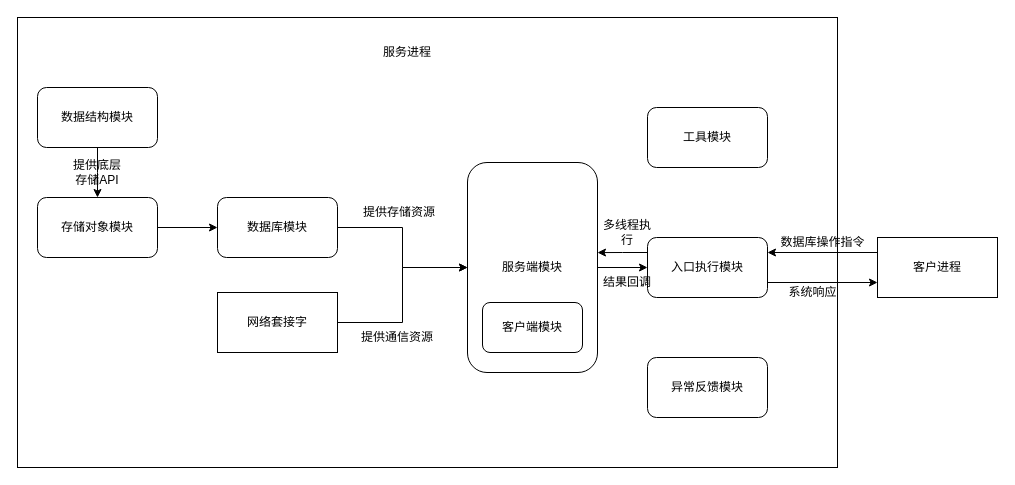
Earlier version of the draw.io diagram diagram-net/毕业设计架构图.drawio (Xuuuuuuuuuuuu/pic-repo). Source tidied: cells renumbered, new cells numbered last; positions are measured from the earlier drawing's top-left corner, leaving out a move shared by most shapes. Both pictures are drawn from the tidied source at 100%, with x=0, y=0 at pixel (17, 17).
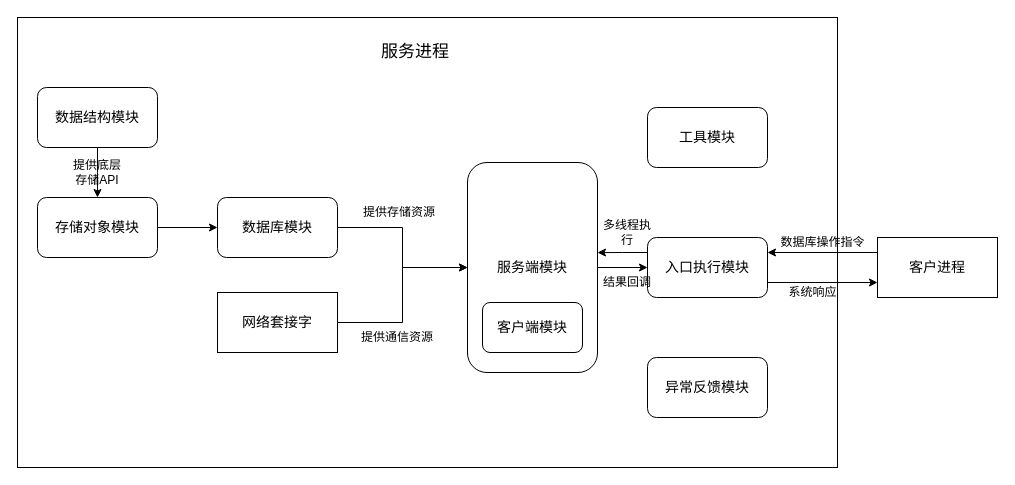
The same page after the edit.

Commit message:
更新毕业设计架构图.drawio

Diff of the diagram source:
```diff
@@
-    <mxCell id="4" value="数据结构模块" style="rounded=1;whiteSpace=wrap;html=1;" parent="1" vertex="1">
+    <mxCell id="4" value="数据结构模块" style="rounded=1;whiteSpace=wrap;html=1;fontSize=14;" parent="1" vertex="1">
       <mxGeometry x="20" y="70" width="120" height="60" as="geometry" />
     </mxCell>
@@
-    <mxCell id="6" value="存储对象模块" style="rounded=1;whiteSpace=wrap;html=1;" parent="1" vertex="1">
+    <mxCell id="6" value="存储对象模块" style="rounded=1;whiteSpace=wrap;html=1;fontSize=14;" parent="1" vertex="1">
       <mxGeometry x="20" y="180" width="120" height="60" as="geometry" />
     </mxCell>
@@
-    <mxCell id="8" value="数据库模块" style="rounded=1;whiteSpace=wrap;html=1;" parent="1" vertex="1">
+    <mxCell id="8" value="数据库模块" style="rounded=1;whiteSpace=wrap;html=1;fontSize=14;" parent="1" vertex="1">
       <mxGeometry x="200" y="180" width="120" height="60" as="geometry" />
     </mxCell>
-    <mxCell id="9" value="服务端模块" style="rounded=1;whiteSpace=wrap;html=1;" parent="1" vertex="1">
+    <mxCell id="9" value="服务端模块" style="rounded=1;whiteSpace=wrap;html=1;fontSize=14;" parent="1" vertex="1">
       <mxGeometry x="450" y="145" width="130" height="210" as="geometry" />
     </mxCell>
-    <mxCell id="10" value="客户端模块" style="rounded=1;whiteSpace=wrap;html=1;" parent="1" vertex="1">
+    <mxCell id="10" value="客户端模块" style="rounded=1;whiteSpace=wrap;html=1;fontSize=14;" parent="1" vertex="1">
       <mxGeometry x="465" y="285" width="100" height="50" as="geometry" />
     </mxCell>
@@
-    <mxCell id="12" value="网络套接字" style="rounded=0;whiteSpace=wrap;html=1;" parent="1" vertex="1">
+    <mxCell id="12" value="网络套接字" style="rounded=0;whiteSpace=wrap;html=1;fontSize=14;" parent="1" vertex="1">
       <mxGeometry x="200" y="275" width="120" height="60" as="geometry" />
     </mxCell>
@@
-    <mxCell id="15" value="入口执行模块" style="rounded=1;whiteSpace=wrap;html=1;" parent="1" vertex="1">
+    <mxCell id="15" value="入口执行模块" style="rounded=1;whiteSpace=wrap;html=1;fontSize=14;" parent="1" vertex="1">
       <mxGeometry x="630" y="220" width="120" height="60" as="geometry" />
     </mxCell>
@@
-    <mxCell id="17" value="客户进程" style="rounded=0;whiteSpace=wrap;html=1;" parent="1" vertex="1">
+    <mxCell id="17" value="客户进程" style="rounded=0;whiteSpace=wrap;html=1;fontSize=14;" parent="1" vertex="1">
       <mxGeometry x="860" y="220" width="120" height="60" as="geometry" />
     </mxCell>
@@
-    <mxCell id="20" value="工具模块" style="rounded=1;whiteSpace=wrap;html=1;" parent="1" vertex="1">
+    <mxCell id="20" value="工具模块" style="rounded=1;whiteSpace=wrap;html=1;fontSize=14;" parent="1" vertex="1">
       <mxGeometry x="630" y="90" width="120" height="60" as="geometry" />
     </mxCell>
-    <mxCell id="21" value="异常反馈模块" style="rounded=1;whiteSpace=wrap;html=1;" parent="1" vertex="1">
+    <mxCell id="21" value="异常反馈模块" style="rounded=1;whiteSpace=wrap;html=1;fontSize=14;" parent="1" vertex="1">
       <mxGeometry x="630" y="340" width="120" height="60" as="geometry" />
     </mxCell>
@@
-    <mxCell id="28" value="服务进程" style="text;html=1;strokeColor=none;fillColor=none;align=center;verticalAlign=middle;whiteSpace=wrap;rounded=0;" parent="1" vertex="1">
-      <mxGeometry x="360" y="20" width="60" height="30" as="geometry" />
+    <mxCell id="28" value="服务进程" style="text;html=1;strokeColor=none;fillColor=none;align=center;verticalAlign=middle;whiteSpace=wrap;rounded=0;fontSize=17;" parent="1" vertex="1">
+      <mxGeometry x="310" y="20" width="176" height="30" as="geometry" />
     </mxCell>
```
